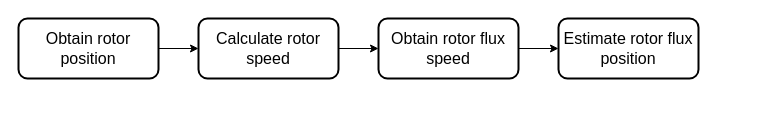
NicolaiFransen/SemesterProjectPED2 keeps this draw.io diagram as Report/Diagrams/EncoderModuleDiagram.drawio. Above is the earlier version. Source tidied: cells renumbered, new cells numbered last; positions are measured from the earlier drawing's top-left corner, leaving out a move shared by most shapes. Both pictures are drawn from the tidied source at 100%, with x=0, y=0 at pixel (18, 18).
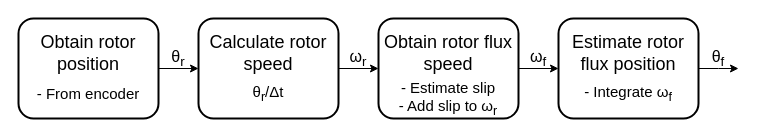
After the change.

Commit message (it also covers changes not shown here):
Encoder flowchart update

Change to the diagram source:
```diff
@@
-    <mxCell id="2" style="edgeStyle=orthogonalEdgeStyle;rounded=0;jettySize=auto;html=1;exitX=1;exitY=0.5;exitDx=0;exitDy=0;entryX=0;entryY=0.5;entryDx=0;entryDy=0;" parent="1" edge="1" source="3" target="5">
-      <mxGeometry relative="1" as="geometry" />
-    </mxCell>
+    <mxCell id="9" style="edgeStyle=orthogonalEdgeStyle;rounded=0;jettySize=auto;html=1;" parent="1" edge="1" source="10">
+      <mxGeometry relative="1" as="geometry">
+        <mxPoint x="720" y="50" as="targetPoint" />
+      </mxGeometry>
+    </mxCell>
+    <mxCell id="10" style="rounded=1;whiteSpace=wrap;html=1;strokeWidth=2;" parent="1" vertex="1">
+      <mxGeometry x="540" width="140" height="100" as="geometry" />
+    </mxCell>
+    <mxCell id="11" style="edgeStyle=orthogonalEdgeStyle;rounded=0;jettySize=auto;html=1;entryX=0;entryY=0.5;entryDx=0;entryDy=0;" parent="1" edge="1" source="12" target="10">
+      <mxGeometry relative="1" as="geometry" />
+    </mxCell>
+    <mxCell id="12" style="rounded=1;whiteSpace=wrap;html=1;strokeWidth=2;" parent="1" vertex="1">
+      <mxGeometry x="360" width="140" height="100" as="geometry" />
+    </mxCell>
+    <mxCell id="13" style="edgeStyle=orthogonalEdgeStyle;rounded=0;jettySize=auto;html=1;entryX=0;entryY=0.5;entryDx=0;entryDy=0;" parent="1" edge="1" source="14" target="12">
+      <mxGeometry relative="1" as="geometry" />
+    </mxCell>
+    <mxCell id="14" style="rounded=1;whiteSpace=wrap;html=1;strokeWidth=2;" parent="1" vertex="1">
+      <mxGeometry x="180" width="140" height="100" as="geometry" />
+    </mxCell>
+    <mxCell id="15" style="edgeStyle=orthogonalEdgeStyle;rounded=0;jettySize=auto;html=1;entryX=0;entryY=0.5;entryDx=0;entryDy=0;" parent="1" edge="1" source="16" target="14">
+      <mxGeometry relative="1" as="geometry" />
+    </mxCell>
+    <mxCell id="16" style="rounded=1;whiteSpace=wrap;html=1;strokeWidth=2;" parent="1" vertex="1">
+      <mxGeometry width="140" height="100" as="geometry" />
+    </mxCell>
-    <mxCell id="3" value="&lt;font style=&quot;font-size: 16px&quot;&gt;Obtain rotor position&lt;br&gt;&lt;/font&gt;" style="rounded=1;whiteSpace=wrap;html=1;strokeWidth=2;" parent="1" vertex="1">
-      <mxGeometry width="140" height="60" as="geometry" />
+    <mxCell id="3" value="&lt;font style=&quot;font-size: 18px&quot;&gt;Obtain rotor position&lt;br&gt;&lt;/font&gt;" style="rounded=1;whiteSpace=wrap;html=1;strokeWidth=2;strokeColor=none;fillColor=none;fontSize=14;" parent="1" vertex="1">
+      <mxGeometry width="140" height="70" as="geometry" />
     </mxCell>
-    <mxCell id="4" style="edgeStyle=orthogonalEdgeStyle;rounded=0;jettySize=auto;html=1;exitX=1;exitY=0.5;exitDx=0;exitDy=0;" parent="1" edge="1" source="5" target="8">
-      <mxGeometry relative="1" as="geometry" />
-    </mxCell>
-    <mxCell id="5" value="&lt;font style=&quot;font-size: 16px&quot;&gt;Calculate rotor speed&lt;/font&gt;" style="rounded=1;whiteSpace=wrap;html=1;strokeWidth=2;" parent="1" vertex="1">
-      <mxGeometry x="180" width="140" height="60" as="geometry" />
+    <mxCell id="5" value="&lt;font style=&quot;font-size: 18px&quot;&gt;Calculate rotor speed&lt;/font&gt;" style="rounded=1;whiteSpace=wrap;html=1;strokeWidth=2;fillColor=none;strokeColor=none;" parent="1" vertex="1">
+      <mxGeometry x="180" width="140" height="70" as="geometry" />
     </mxCell>
-    <mxCell id="6" value="&lt;font style=&quot;font-size: 16px&quot;&gt;Estimate rotor flux position&lt;/font&gt;" style="rounded=1;whiteSpace=wrap;html=1;strokeWidth=2;" parent="1" vertex="1">
-      <mxGeometry x="540" width="140" height="60" as="geometry" />
+    <mxCell id="6" value="&lt;font style=&quot;font-size: 18px&quot;&gt;Estimate rotor flux position&lt;/font&gt;" style="rounded=1;whiteSpace=wrap;html=1;strokeWidth=2;fillColor=none;strokeColor=none;" parent="1" vertex="1">
+      <mxGeometry x="540" width="140" height="70" as="geometry" />
     </mxCell>
-    <mxCell id="7" style="edgeStyle=orthogonalEdgeStyle;rounded=0;jettySize=auto;html=1;exitX=1;exitY=0.5;exitDx=0;exitDy=0;entryX=0;entryY=0.5;entryDx=0;entryDy=0;" parent="1" edge="1" source="8" target="6">
-      <mxGeometry relative="1" as="geometry" />
-    </mxCell>
-    <mxCell id="8" value="&lt;font style=&quot;font-size: 16px&quot;&gt;Obtain rotor flux speed&lt;/font&gt;" style="rounded=1;whiteSpace=wrap;html=1;strokeWidth=2;" parent="1" vertex="1">
-      <mxGeometry x="360" width="140" height="60" as="geometry" />
+    <mxCell id="8" value="&lt;font style=&quot;font-size: 18px&quot;&gt;Obtain rotor flux speed&lt;/font&gt;" style="rounded=1;whiteSpace=wrap;html=1;strokeWidth=2;fillColor=none;strokeColor=none;" parent="1" vertex="1">
+      <mxGeometry x="360" width="140" height="70" as="geometry" />
     </mxCell>
+    <mxCell id="17" value="&lt;font style=&quot;font-size: 16px&quot;&gt;θ&lt;sub&gt;r&lt;/sub&gt;&lt;/font&gt;" style="text;html=1;strokeColor=none;fillColor=none;align=center;verticalAlign=middle;whiteSpace=wrap;rounded=0;" parent="1" vertex="1">
+      <mxGeometry x="140" y="30" width="40" height="20" as="geometry" />
+    </mxCell>
+    <mxCell id="18" value="&lt;font style=&quot;font-size: 16px&quot;&gt;ω&lt;sub&gt;r&lt;/sub&gt;&lt;/font&gt;" style="text;html=1;strokeColor=none;fillColor=none;align=center;verticalAlign=middle;whiteSpace=wrap;rounded=0;" parent="1" vertex="1">
+      <mxGeometry x="320" y="30" width="40" height="20" as="geometry" />
+    </mxCell>
+    <mxCell id="19" value="&lt;div style=&quot;font-size: 15px&quot; align=&quot;center&quot;&gt;&lt;font style=&quot;font-size: 15px&quot;&gt;- From encoder&lt;/font&gt;&lt;/div&gt;" style="text;html=1;strokeColor=none;fillColor=none;align=center;verticalAlign=middle;whiteSpace=wrap;rounded=0;" parent="1" vertex="1">
+      <mxGeometry y="60" width="140" height="30" as="geometry" />
+    </mxCell>
+    <mxCell id="20" value="&lt;div style=&quot;font-size: 15px&quot;&gt;&lt;font style=&quot;font-size: 15px&quot;&gt;- Estimate slip&lt;/font&gt;&lt;/div&gt;&lt;div style=&quot;font-size: 15px&quot;&gt;&lt;font style=&quot;font-size: 15px&quot;&gt;- Add slip to ω&lt;sub&gt;r&lt;/sub&gt;&lt;/font&gt;&lt;/div&gt;" style="text;html=1;strokeColor=none;fillColor=none;align=center;verticalAlign=middle;whiteSpace=wrap;rounded=0;" parent="1" vertex="1">
+      <mxGeometry x="360" y="60" width="140" height="40" as="geometry" />
+    </mxCell>
+    <mxCell id="21" value="&lt;font style=&quot;font-size: 15px&quot;&gt;- Integrate ω&lt;sub&gt;f&lt;/sub&gt;&lt;/font&gt;" style="text;html=1;strokeColor=none;fillColor=none;align=center;verticalAlign=middle;whiteSpace=wrap;rounded=0;" parent="1" vertex="1">
+      <mxGeometry x="540" y="60" width="140" height="30" as="geometry" />
+    </mxCell>
+    <mxCell id="22" value="&lt;font style=&quot;font-size: 15px&quot;&gt;θ&lt;sub&gt;r&lt;/sub&gt;/Δt&lt;/font&gt;" style="text;html=1;strokeColor=none;fillColor=none;align=center;verticalAlign=middle;whiteSpace=wrap;rounded=0;" parent="1" vertex="1">
+      <mxGeometry x="180" y="60" width="140" height="30" as="geometry" />
+    </mxCell>
+    <mxCell id="23" value="&lt;font style=&quot;font-size: 16px&quot;&gt;ω&lt;sub&gt;f&lt;/sub&gt;&lt;/font&gt;" style="text;html=1;strokeColor=none;fillColor=none;align=center;verticalAlign=middle;whiteSpace=wrap;rounded=0;" parent="1" vertex="1">
+      <mxGeometry x="500" y="30" width="40" height="20" as="geometry" />
+    </mxCell>
+    <mxCell id="24" value="&lt;font style=&quot;font-size: 16px&quot;&gt;θ&lt;sub&gt;f&lt;/sub&gt;&lt;/font&gt;" style="text;html=1;strokeColor=none;fillColor=none;align=center;verticalAlign=middle;whiteSpace=wrap;rounded=0;" parent="1" vertex="1">
+      <mxGeometry x="680" y="30" width="40" height="20" as="geometry" />
+    </mxCell>
```
